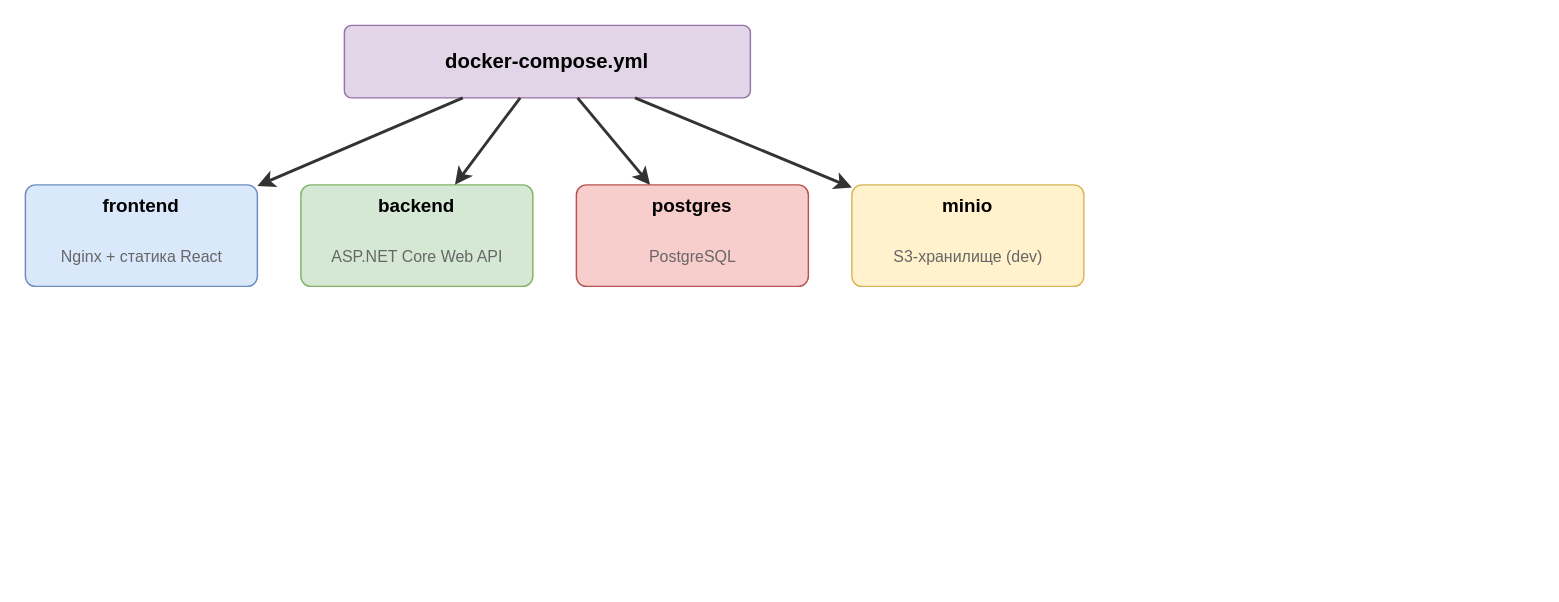
Before: docs/assets/diagrams/deployment/deployment.drawio in TeleManga/docs, a draw.io diagram. Source tidied: cells renumbered, new cells numbered last; positions are measured from the earlier drawing's top-left corner, leaving out a move shared by most shapes. Both pictures are drawn from the tidied source at 145%, with x=0, y=0 at pixel (25, 25).
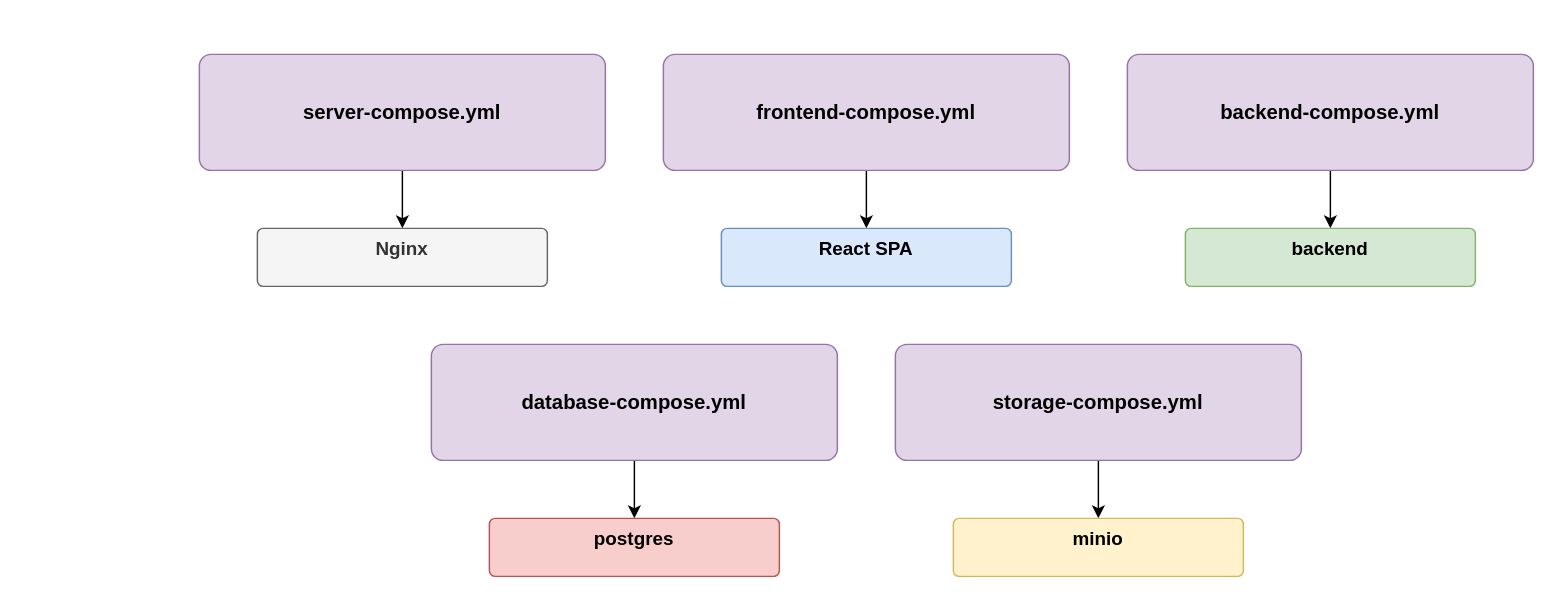
After the change.

Commit message (it also covers changes not shown here):
fix/6/refactor-deployment-diagram

What changed in the source:
```diff
@@
 <mxGraphModel>
   <root>
     <mxCell id="0" />
     <mxCell id="1" parent="0" />
-    <mxCell id="2" value="docker-compose.yml" style="rounded=1;whiteSpace=wrap;html=1;fillColor=#e1d5e7;strokeColor=#9673a6;fontStyle=1;fontSize=14;verticalAlign=middle;arcSize=10;" parent="1" vertex="1">
-      <mxGeometry x="220" width="280" height="50" as="geometry" />
-    </mxCell>
-    <mxCell id="3" value="frontend" style="rounded=1;whiteSpace=wrap;html=1;fillColor=#dae8fc;strokeColor=#6c8ebf;fontStyle=1;fontSize=13;verticalAlign=top;arcSize=10;" parent="1" vertex="1">
-      <mxGeometry y="110" width="160" height="70" as="geometry" />
-    </mxCell>
-    <mxCell id="4" value="Nginx + статика React" style="text;html=1;align=center;verticalAlign=middle;strokeColor=none;fillColor=none;fontSize=11;fontColor=#666666;" parent="3" vertex="1">
-      <mxGeometry x="10" y="35" width="140" height="30" as="geometry" />
-    </mxCell>
+    <mxCell id="15" style="edgeStyle=none;html=1;" parent="1" edge="1" source="16" target="23">
+      <mxGeometry relative="1" as="geometry" />
+    </mxCell>
+    <mxCell id="16" value="server-compose.yml" style="rounded=1;whiteSpace=wrap;html=1;fillColor=#e1d5e7;strokeColor=#9673a6;fontStyle=1;fontSize=14;verticalAlign=middle;arcSize=10;" parent="1" vertex="1">
+      <mxGeometry x="120" y="20" width="280" height="80" as="geometry" />
+    </mxCell>
+    <mxCell id="17" style="edgeStyle=none;html=1;" parent="1" edge="1" source="18" target="5">
+      <mxGeometry relative="1" as="geometry" />
+    </mxCell>
+    <mxCell id="18" value="backend-compose.yml" style="rounded=1;whiteSpace=wrap;html=1;fillColor=#e1d5e7;strokeColor=#9673a6;fontStyle=1;fontSize=14;verticalAlign=middle;arcSize=10;" parent="1" vertex="1">
+      <mxGeometry x="760" y="20" width="280" height="80" as="geometry" />
+    </mxCell>
+    <mxCell id="19" style="edgeStyle=none;html=1;" parent="1" edge="1" source="20" target="7">
+      <mxGeometry relative="1" as="geometry" />
+    </mxCell>
+    <mxCell id="20" value="database-compose.yml" style="rounded=1;whiteSpace=wrap;html=1;fillColor=#e1d5e7;strokeColor=#9673a6;fontStyle=1;fontSize=14;verticalAlign=middle;arcSize=10;" parent="1" vertex="1">
+      <mxGeometry x="280" y="220" width="280" height="80" as="geometry" />
+    </mxCell>
+    <mxCell id="21" style="edgeStyle=none;html=1;" parent="1" edge="1" source="22" target="9">
+      <mxGeometry relative="1" as="geometry" />
+    </mxCell>
+    <mxCell id="22" value="storage-compose.yml" style="rounded=1;whiteSpace=wrap;html=1;fillColor=#e1d5e7;strokeColor=#9673a6;fontStyle=1;fontSize=14;verticalAlign=middle;arcSize=10;" parent="1" vertex="1">
+      <mxGeometry x="600" y="220" width="280" height="80" as="geometry" />
+    </mxCell>
+    <mxCell id="9" value="minio" style="rounded=1;whiteSpace=wrap;html=1;fillColor=#fff2cc;strokeColor=#d6b656;fontStyle=1;fontSize=13;verticalAlign=top;arcSize=10;" parent="1" vertex="1">
+      <mxGeometry x="640" y="340" width="200" height="40" as="geometry" />
+    </mxCell>
     <mxCell id="5" value="backend" style="rounded=1;whiteSpace=wrap;html=1;fillColor=#d5e8d4;strokeColor=#82b366;fontStyle=1;fontSize=13;verticalAlign=top;arcSize=10;" parent="1" vertex="1">
-      <mxGeometry x="190" y="110" width="160" height="70" as="geometry" />
+      <mxGeometry x="800" y="140" width="200" height="40" as="geometry" />
     </mxCell>
-    <mxCell id="6" value="ASP.NET Core Web API" style="text;html=1;align=center;verticalAlign=middle;strokeColor=none;fillColor=none;fontSize=11;fontColor=#666666;" parent="5" vertex="1">
-      <mxGeometry x="5" y="35" width="150" height="30" as="geometry" />
-    </mxCell>
+    <mxCell id="23" value="Nginx" style="rounded=1;whiteSpace=wrap;html=1;fillColor=#f5f5f5;strokeColor=#666666;fontStyle=1;fontSize=13;verticalAlign=top;arcSize=10;fontColor=#333333;" parent="1" vertex="1">
+      <mxGeometry x="160" y="140" width="200" height="40" as="geometry" />
+    </mxCell>
     <mxCell id="7" value="postgres" style="rounded=1;whiteSpace=wrap;html=1;fillColor=#f8cecc;strokeColor=#b85450;fontStyle=1;fontSize=13;verticalAlign=top;arcSize=10;" parent="1" vertex="1">
-      <mxGeometry x="380" y="110" width="160" height="70" as="geometry" />
+      <mxGeometry x="320" y="340" width="200" height="40" as="geometry" />
     </mxCell>
-    <mxCell id="8" value="PostgreSQL" style="text;html=1;align=center;verticalAlign=middle;strokeColor=none;fillColor=none;fontSize=11;fontColor=#666666;" parent="7" vertex="1">
-      <mxGeometry x="30" y="35" width="100" height="30" as="geometry" />
-    </mxCell>
-    <mxCell id="9" value="minio" style="rounded=1;whiteSpace=wrap;html=1;fillColor=#fff2cc;strokeColor=#d6b656;fontStyle=1;fontSize=13;verticalAlign=top;arcSize=10;" parent="1" vertex="1">
-      <mxGeometry x="570" y="110" width="160" height="70" as="geometry" />
-    </mxCell>
-    <mxCell id="10" value="S3-хранилище (dev)" style="text;html=1;align=center;verticalAlign=middle;strokeColor=none;fillColor=none;fontSize=11;fontColor=#666666;" parent="9" vertex="1">
-      <mxGeometry x="10" y="35" width="140" height="30" as="geometry" />
-    </mxCell>
-    <mxCell id="11" style="rounded=0;jettySize=auto;html=1;strokeWidth=2;strokeColor=#333333;" parent="1" edge="1" source="2" target="3">
-      <mxGeometry relative="1" as="geometry" />
-    </mxCell>
-    <mxCell id="12" style="rounded=0;jettySize=auto;html=1;strokeWidth=2;strokeColor=#333333;" parent="1" edge="1" source="2" target="5">
-      <mxGeometry relative="1" as="geometry" />
-    </mxCell>
-    <mxCell id="13" style="rounded=0;jettySize=auto;html=1;strokeWidth=2;strokeColor=#333333;" parent="1" edge="1" source="2" target="7">
-      <mxGeometry relative="1" as="geometry" />
-    </mxCell>
-    <mxCell id="14" style="rounded=0;jettySize=auto;html=1;strokeWidth=2;strokeColor=#333333;" parent="1" edge="1" source="2" target="9">
-      <mxGeometry relative="1" as="geometry" />
-    </mxCell>
+    <mxCell id="24" style="edgeStyle=none;html=1;" parent="1" edge="1" source="25" target="26">
+      <mxGeometry relative="1" as="geometry" />
+    </mxCell>
+    <mxCell id="25" value="frontend-compose.yml" style="rounded=1;whiteSpace=wrap;html=1;fillColor=#e1d5e7;strokeColor=#9673a6;fontStyle=1;fontSize=14;verticalAlign=middle;arcSize=10;" parent="1" vertex="1">
+      <mxGeometry x="440" y="20" width="280" height="80" as="geometry" />
+    </mxCell>
+    <mxCell id="26" value="React SPA" style="rounded=1;whiteSpace=wrap;html=1;fillColor=#dae8fc;strokeColor=#6c8ebf;fontStyle=1;fontSize=13;verticalAlign=top;arcSize=10;" parent="1" vertex="1">
+      <mxGeometry x="480" y="140" width="200" height="40" as="geometry" />
+    </mxCell>
   </root>
 </mxGraphModel>
```
